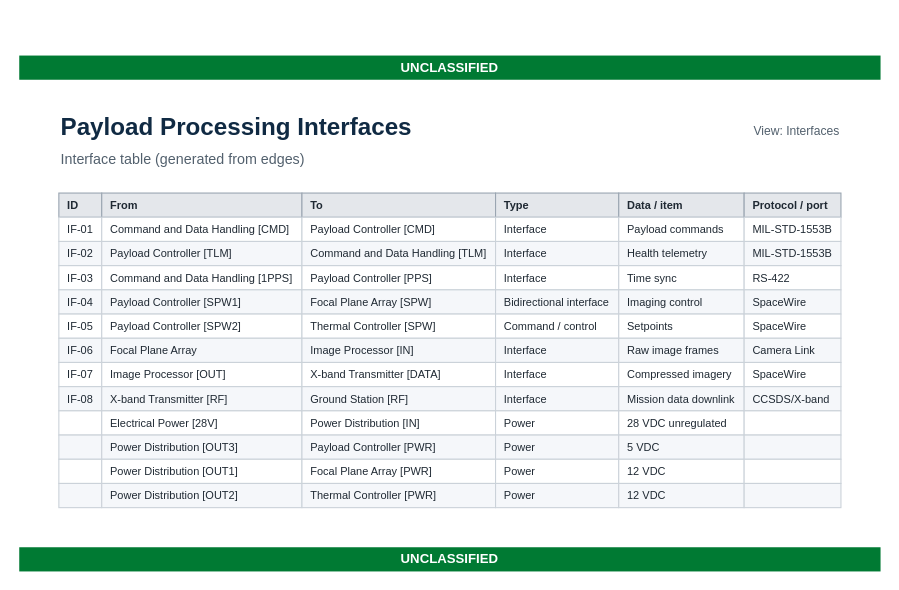
Above: page "Interfaces" (2 of 2) of examples/payload_interfaces.drawio in jdlongmire/technical-architecture-diagram (draw.io), before the change. Source tidied: cells renumbered, new cells numbered last; positions are measured from the earlier drawing's top-left corner, leaving out a move shared by most shapes. Both pictures are drawn from the tidied source at 110%, with x=0, y=0 at pixel (19, 55).
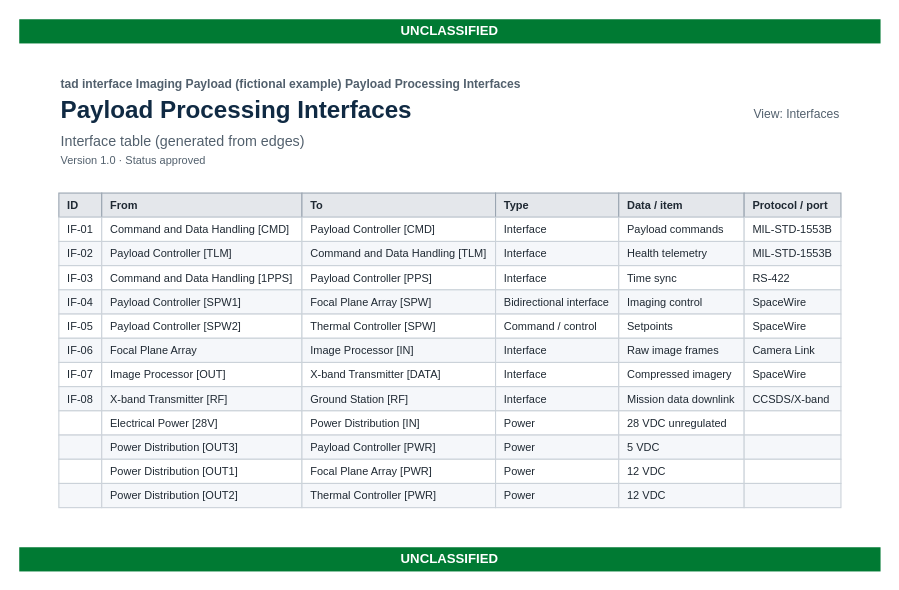
The same diagram, later.

What changed in the source:
```diff
@@
     <mxCell id="2" value="UNCLASSIFIED" style="rounded=0;html=1;whiteSpace=wrap;fillColor=#007A33;strokeColor=none;fontColor=#FFFFFF;fontStyle=1;fontSize=12;fontFamily=Helvetica;align=center;verticalAlign=middle;" parent="1" vertex="1">
-      <mxGeometry width="783" height="22" as="geometry" />
+      <mxGeometry y="-33" width="783" height="22" as="geometry" />
     </mxCell>
@@
+    <mxCell id="85" value="tad interface Imaging Payload (fictional example) Payload Processing Interfaces" style="text;html=1;align=left;verticalAlign=top;fontSize=11;fontStyle=1;fontFamily=Helvetica;fontColor=#52606D;whiteSpace=nowrap;" parent="1" vertex="1">
+      <mxGeometry x="36" y="13" width="519.1" height="15" as="geometry" />
+    </mxCell>
     <mxCell id="4" value="Payload Processing Interfaces" style="text;html=1;align=left;verticalAlign=top;fontSize=22;fontStyle=1;fontFamily=Helvetica;fontColor=#102A43;whiteSpace=nowrap;" parent="1" vertex="1">
-      <mxGeometry x="36" y="46" width="339.1" height="32" as="geometry" />
+      <mxGeometry x="36" y="30" width="339.1" height="32" as="geometry" />
     </mxCell>
     <mxCell id="5" value="Interface table (generated from edges)" style="text;html=1;align=left;verticalAlign=top;fontSize=13;fontFamily=Helvetica;fontColor=#52606D;whiteSpace=nowrap;" parent="1" vertex="1">
-      <mxGeometry x="36" y="80" width="519.1" height="21" as="geometry" />
+      <mxGeometry x="36" y="64" width="519.1" height="21" as="geometry" />
     </mxCell>
+    <mxCell id="86" value="Version 1.0 · Status approved" style="text;html=1;align=left;verticalAlign=top;fontSize=10;fontFamily=Helvetica;fontColor=#52606D;whiteSpace=nowrap;" parent="1" vertex="1">
+      <mxGeometry x="36" y="83" width="519.1" height="16" as="geometry" />
+    </mxCell>
     <mxCell id="6" value="View: Interfaces" style="text;html=1;align=right;verticalAlign=top;fontSize=11;fontFamily=Helvetica;fontColor=#52606D;" parent="1" vertex="1">
-      <mxGeometry x="487" y="56" width="260" height="18" as="geometry" />
+      <mxGeometry x="487" y="40" width="260" height="18" as="geometry" />
     </mxCell>
```
